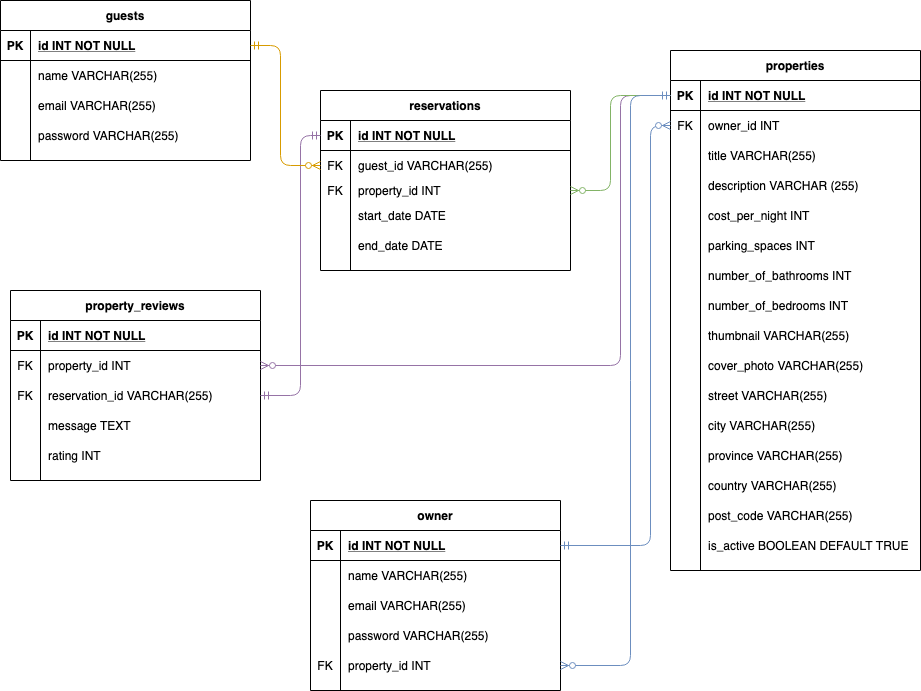
This is Lighthouse BnB ERD.png from austinkret/Lighthouse-BnB, a draw.io export, as it was before one commit. Source tidied: cells renumbered, new cells last; positions are measured from the earlier drawing's top-left corner, leaving out a move shared by most shapes.
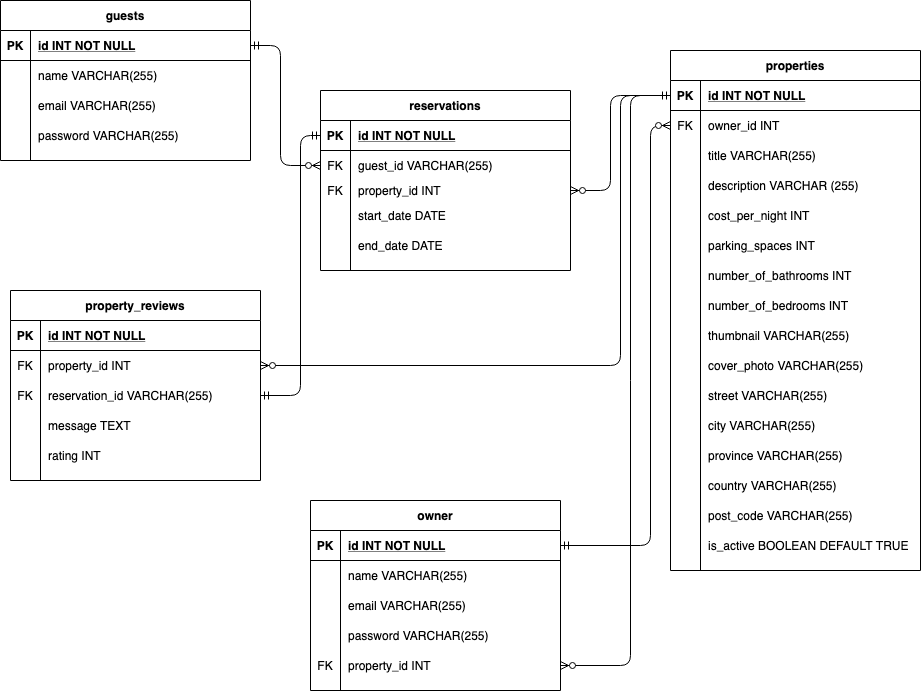
The same diagram one commit later.

Diff of the diagram source:
```diff
@@ -2,7 +2,7 @@
   <root>
     <mxCell id="0" />
     <mxCell id="1" parent="0" />
-    <mxCell id="2" value="properties" style="shape=table;startSize=30;rowLines=0;fontStyle=1;align=center;" parent="1" vertex="1">
+    <mxCell id="2" value="properties" style="shape=table;startSize=30;rowLines=0;fontStyle=1;align=center;fillOpacity=100;rounded=0;shadow=0;fillColor=#FFFFFF;" parent="1" vertex="1">
       <mxGeometry x="670" y="50" width="250" height="520" as="geometry" />
     </mxCell>
     <mxCell id="3" style="shape=partialRectangle;fillColor=none;points=[[0,0.5],[1,0.5]];portConstraint=eastwest;top=0;left=0;right=0;bottom=1;" parent="2" vertex="1">
@@ -332,7 +332,7 @@
     <mxCell id="111" value="property_id INT" style="shape=partialRectangle;overflow=hidden;fillColor=none;top=0;left=0;bottom=0;right=0;align=left;spacingLeft=6;" parent="109" vertex="1">
       <mxGeometry x="30" width="220" height="30" as="geometry" />
     </mxCell>
-    <mxCell id="112" style="edgeStyle=orthogonalEdgeStyle;fontSize=12;html=1;endArrow=ERzeroToMany;exitX=1;exitY=0.5;exitDx=0;exitDy=0;entryX=0;entryY=0.5;entryDx=0;entryDy=0;endFill=1;startArrow=ERmandOne;startFill=0;fillColor=#dae8fc;strokeColor=#6c8ebf;" parent="1" edge="1" source="97" target="6">
+    <mxCell id="112" style="edgeStyle=orthogonalEdgeStyle;fontSize=12;html=1;endArrow=ERzeroToMany;exitX=1;exitY=0.5;exitDx=0;exitDy=0;entryX=0;entryY=0.5;entryDx=0;entryDy=0;endFill=1;startArrow=ERmandOne;startFill=0;" parent="1" edge="1" source="97" target="6">
       <mxGeometry relative="1" as="geometry">
         <Array as="points">
           <mxPoint x="650" y="545" />
@@ -340,7 +340,7 @@
         </Array>
       </mxGeometry>
     </mxCell>
-    <mxCell id="113" style="edgeStyle=orthogonalEdgeStyle;fontSize=12;html=1;endArrow=ERzeroToMany;exitX=0;exitY=0.5;exitDx=0;exitDy=0;entryX=1;entryY=0.5;entryDx=0;entryDy=0;endFill=1;fillColor=#e1d5e7;strokeColor=#9673a6;" parent="1" edge="1" source="3" target="84">
+    <mxCell id="113" style="edgeStyle=orthogonalEdgeStyle;fontSize=12;html=1;endArrow=ERzeroToMany;exitX=0;exitY=0.5;exitDx=0;exitDy=0;entryX=1;entryY=0.5;entryDx=0;entryDy=0;endFill=1;" parent="1" edge="1" source="3" target="84">
       <mxGeometry relative="1" as="geometry">
         <Array as="points">
           <mxPoint x="620" y="95" />
@@ -348,7 +348,7 @@
         </Array>
       </mxGeometry>
     </mxCell>
-    <mxCell id="114" style="edgeStyle=orthogonalEdgeStyle;fontSize=12;html=1;endArrow=ERmandOne;exitX=0;exitY=0.5;exitDx=0;exitDy=0;entryX=1;entryY=0.5;entryDx=0;entryDy=0;endFill=0;startArrow=ERmandOne;startFill=0;fillColor=#e1d5e7;strokeColor=#9673a6;" parent="1" edge="1" source="52" target="87">
+    <mxCell id="114" style="edgeStyle=orthogonalEdgeStyle;fontSize=12;html=1;endArrow=ERmandOne;exitX=0;exitY=0.5;exitDx=0;exitDy=0;entryX=1;entryY=0.5;entryDx=0;entryDy=0;endFill=0;startArrow=ERmandOne;startFill=0;" parent="1" edge="1" source="52" target="87">
       <mxGeometry relative="1" as="geometry">
         <Array as="points">
           <mxPoint x="300" y="135" />
@@ -356,7 +356,7 @@
         </Array>
       </mxGeometry>
     </mxCell>
-    <mxCell id="115" style="edgeStyle=orthogonalEdgeStyle;fontSize=12;html=1;endArrow=ERzeroToMany;exitX=1;exitY=0.5;exitDx=0;exitDy=0;entryX=0;entryY=0.5;entryDx=0;entryDy=0;startArrow=ERmandOne;startFill=0;endFill=1;fillColor=#ffe6cc;strokeColor=#d79b00;" parent="1" edge="1" source="68" target="55">
+    <mxCell id="115" style="edgeStyle=orthogonalEdgeStyle;fontSize=12;html=1;endArrow=ERzeroToMany;exitX=1;exitY=0.5;exitDx=0;exitDy=0;entryX=0;entryY=0.5;entryDx=0;entryDy=0;startArrow=ERmandOne;startFill=0;endFill=1;" parent="1" edge="1" source="68" target="55">
       <mxGeometry relative="1" as="geometry">
         <Array as="points">
           <mxPoint x="280" y="45" />
@@ -364,7 +364,7 @@
         </Array>
       </mxGeometry>
     </mxCell>
-    <mxCell id="116" style="edgeStyle=orthogonalEdgeStyle;fontSize=12;html=1;endArrow=ERzeroToMany;exitX=0;exitY=0.5;exitDx=0;exitDy=0;entryX=1;entryY=0.5;entryDx=0;entryDy=0;endFill=1;fillColor=#d5e8d4;strokeColor=#82b366;" parent="1" edge="1" source="3" target="58">
+    <mxCell id="116" style="edgeStyle=orthogonalEdgeStyle;fontSize=12;html=1;endArrow=ERzeroToMany;exitX=0;exitY=0.5;exitDx=0;exitDy=0;entryX=1;entryY=0.5;entryDx=0;entryDy=0;endFill=1;" parent="1" edge="1" source="3" target="58">
       <mxGeometry relative="1" as="geometry">
         <Array as="points">
           <mxPoint x="610" y="95" />
@@ -372,7 +372,7 @@
         </Array>
       </mxGeometry>
     </mxCell>
-    <mxCell id="117" style="edgeStyle=orthogonalEdgeStyle;fontSize=12;html=1;endArrow=ERmandOne;exitX=1;exitY=0.5;exitDx=0;exitDy=0;entryX=0;entryY=0.5;entryDx=0;entryDy=0;endFill=0;startArrow=ERzeroToMany;startFill=1;fillColor=#dae8fc;strokeColor=#6c8ebf;" parent="1" edge="1" source="109" target="3">
+    <mxCell id="117" style="edgeStyle=orthogonalEdgeStyle;fontSize=12;html=1;endArrow=ERmandOne;exitX=1;exitY=0.5;exitDx=0;exitDy=0;entryX=0;entryY=0.5;entryDx=0;entryDy=0;endFill=0;startArrow=ERzeroToMany;startFill=1;" parent="1" edge="1" source="109" target="3">
       <mxGeometry relative="1" as="geometry">
         <Array as="points">
           <mxPoint x="630" y="665" />
```
